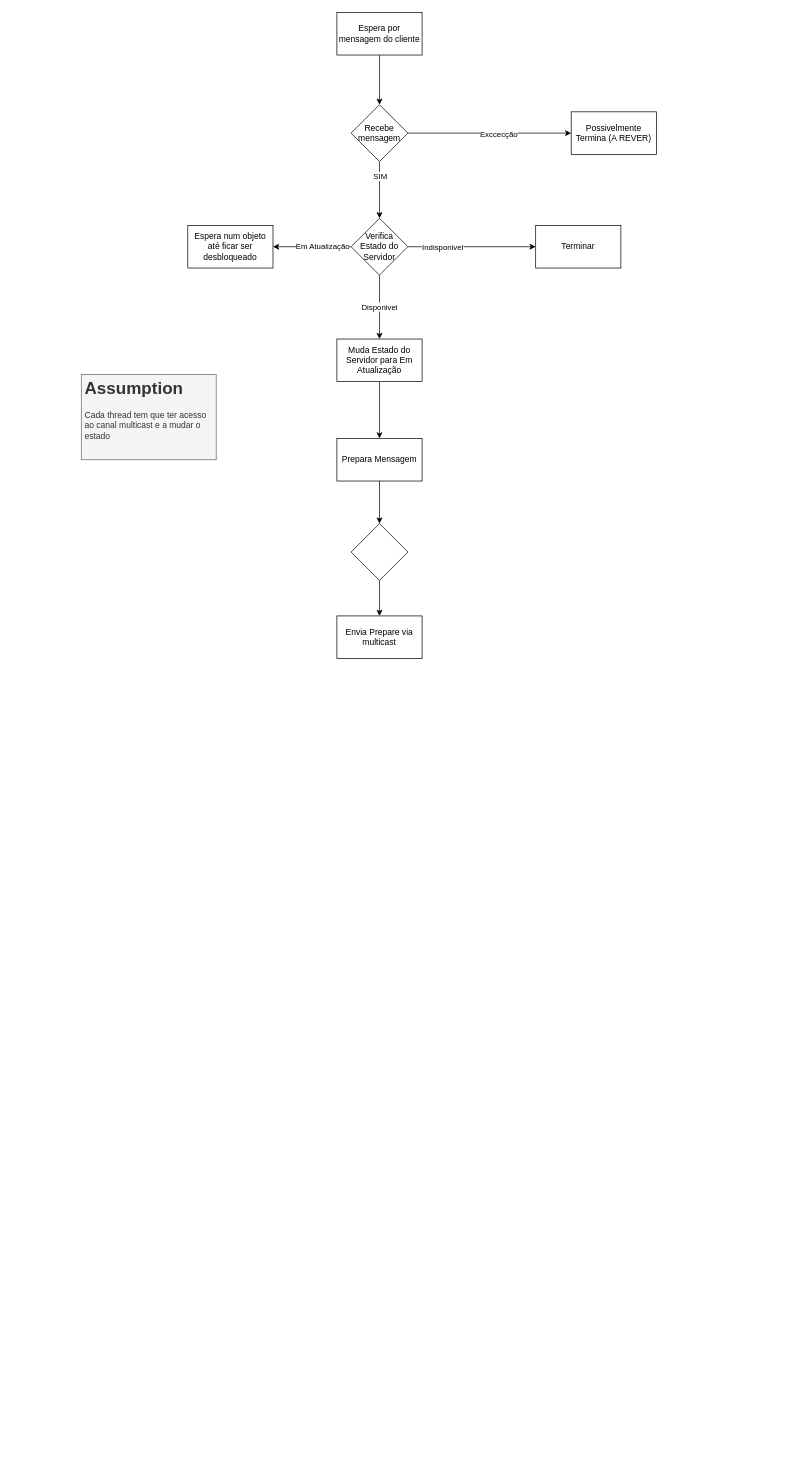
The draw.io diagram page "Thread TCP de Atendimento" (4 of 4) of diagramas/ThreadsServer.drawio in G3n3z/PD-Ticket-System, before the edit. Source tidied: cells renumbered, new cells numbered last; positions are measured from the earlier drawing's top-left corner, leaving out a move shared by most shapes. Both pictures are drawn from the tidied source at 71%, with x=0, y=0 at pixel (81, 12).
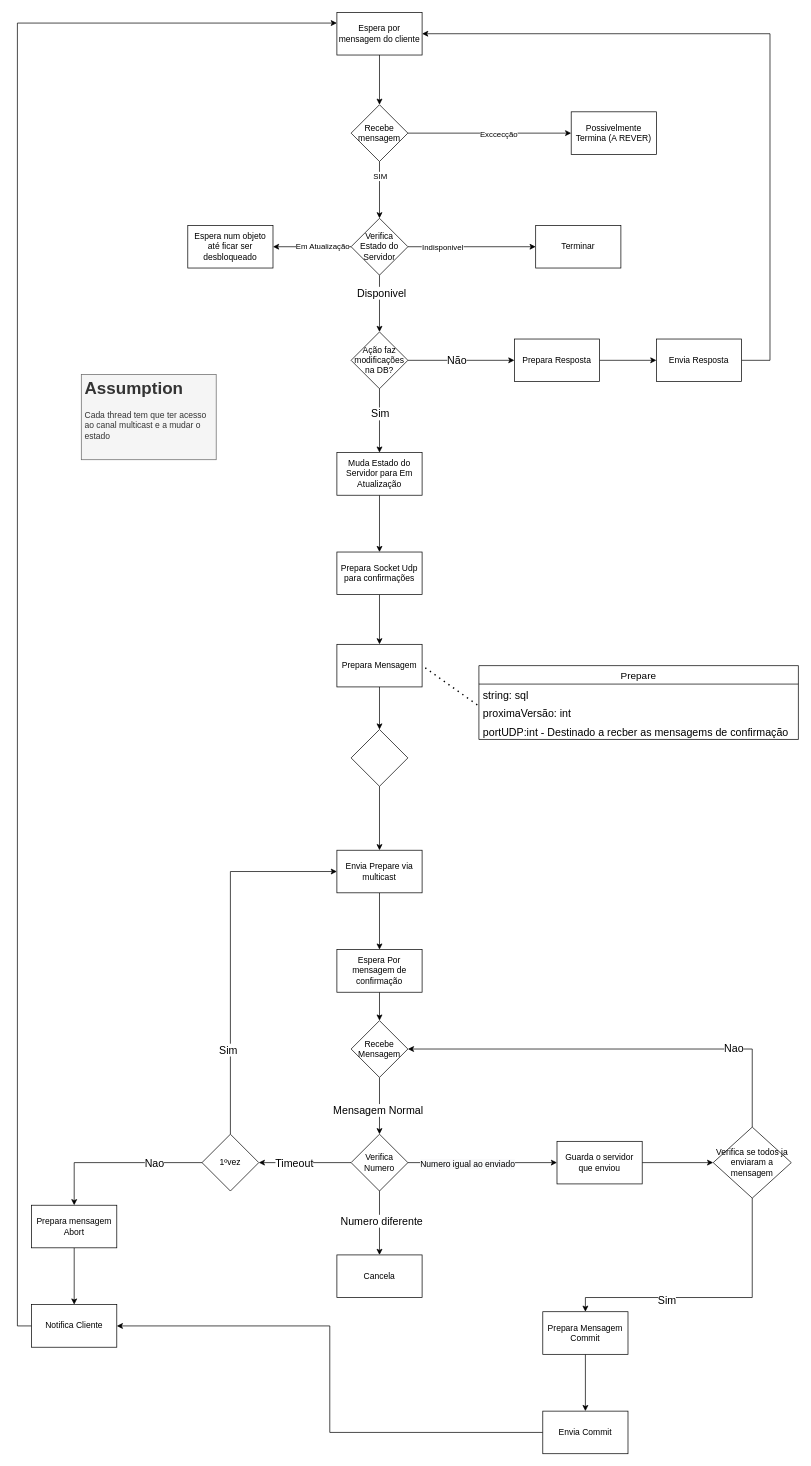
After the change.

Unchanged cells that the change refers to:
```xml
<mxCell id="3" value="Espera por mensagem do cliente" style="rounded=0;whiteSpace=wrap;html=1;" parent="1" vertex="1">
  <mxGeometry x="360" width="120" height="60" as="geometry" />
</mxCell>
<mxCell id="16" value="Verifica Estado do Servidor" style="rhombus;whiteSpace=wrap;html=1;rounded=0;" parent="1" vertex="1">
  <mxGeometry x="380" y="290" width="80" height="80" as="geometry" />
</mxCell>
```

Diff of the diagram source:
```diff
@@
-    <mxCell id="10" style="edgeStyle=orthogonalEdgeStyle;rounded=0;jettySize=auto;html=1;" parent="1" edge="1" source="16" target="18">
-      <mxGeometry relative="1" as="geometry" />
-    </mxCell>
-    <mxCell id="11" value="Disponivel" style="edgeLabel;html=1;align=center;verticalAlign=middle;" parent="10" vertex="1">
-      <mxGeometry x="-0.03" y="-1" relative="1" as="geometry" />
-    </mxCell>
@@
+    <mxCell id="27" style="edgeStyle=orthogonalEdgeStyle;rounded=0;jettySize=auto;html=1;fontSize=15;" parent="1" edge="1" source="16" target="39">
+      <mxGeometry relative="1" as="geometry" />
+    </mxCell>
+    <mxCell id="11" value="Disponivel" style="edgeLabel;html=1;align=center;verticalAlign=middle;fontSize=15;" parent="27" vertex="1">
+      <mxGeometry x="-0.41" y="2" relative="1" as="geometry" />
+    </mxCell>
@@
-    <mxCell id="17" style="edgeStyle=orthogonalEdgeStyle;rounded=0;jettySize=auto;html=1;" parent="1" edge="1" source="18" target="26">
-      <mxGeometry relative="1" as="geometry" />
-    </mxCell>
+    <mxCell id="28" style="edgeStyle=orthogonalEdgeStyle;rounded=0;jettySize=auto;html=1;fontSize=15;" parent="1" edge="1" source="18" target="45">
+      <mxGeometry relative="1" as="geometry" />
+    </mxCell>
     <mxCell id="18" value="Muda Estado do Servidor para Em Atualização" style="whiteSpace=wrap;html=1;rounded=0;" parent="1" vertex="1">
-      <mxGeometry x="360" y="460" width="120" height="60" as="geometry" />
+      <mxGeometry x="360" y="620" width="120" height="60" as="geometry" />
     </mxCell>
@@
+    <mxCell id="29" style="edgeStyle=orthogonalEdgeStyle;rounded=0;jettySize=auto;html=1;fontSize=15;" parent="1" edge="1" source="22" target="47">
+      <mxGeometry relative="1" as="geometry" />
+    </mxCell>
     <mxCell id="22" value="Envia Prepare via multicast" style="whiteSpace=wrap;html=1;rounded=0;" parent="1" vertex="1">
-      <mxGeometry x="360" y="850" width="120" height="60" as="geometry" />
+      <mxGeometry x="360" y="1180" width="120" height="60" as="geometry" />
     </mxCell>
@@
     <mxCell id="24" style="rhombus;whiteSpace=wrap;html=1;rounded=0;" parent="1" vertex="1">
-      <mxGeometry x="380" y="720" width="80" height="80" as="geometry" />
+      <mxGeometry x="380" y="1010" width="80" height="80" as="geometry" />
     </mxCell>
@@
     <mxCell id="26" value="Prepara Mensagem" style="whiteSpace=wrap;html=1;rounded=0;" parent="1" vertex="1">
-      <mxGeometry x="360" y="600" width="120" height="60" as="geometry" />
+      <mxGeometry x="360" y="890" width="120" height="60" as="geometry" />
     </mxCell>
+    <mxCell id="30" value="Prepare" style="swimlane;fontStyle=0;horizontal=1;startSize=26;fillColor=none;fontSize=14;" parent="1" vertex="1">
+      <mxGeometry x="560" y="920" width="450" height="104" as="geometry" />
+    </mxCell>
+    <mxCell id="31" value="string: sql" style="text;strokeColor=none;fillColor=none;align=left;verticalAlign=top;spacingLeft=4;spacingRight=4;overflow=hidden;fontSize=15;" parent="30" vertex="1">
+      <mxGeometry y="26" width="450" height="26" as="geometry" />
+    </mxCell>
+    <mxCell id="32" value="proximaVersão: int" style="text;strokeColor=none;fillColor=none;align=left;verticalAlign=top;spacingLeft=4;spacingRight=4;overflow=hidden;points=[[0,0.5],[1,0.5]];portConstraint=eastwest;fontSize=15;" parent="30" vertex="1">
+      <mxGeometry y="52" width="450" height="26" as="geometry" />
+    </mxCell>
+    <mxCell id="33" value="portUDP:int - Destinado a recber as mensagems de confirmação" style="text;strokeColor=none;fillColor=none;align=left;verticalAlign=top;spacingLeft=4;spacingRight=4;overflow=hidden;fontSize=15;" parent="30" vertex="1">
+      <mxGeometry y="78" width="450" height="26" as="geometry" />
+    </mxCell>
+    <mxCell id="34" style="endArrow=none;dashed=1;html=1;dashPattern=1 3;strokeWidth=2;rounded=0;fontSize=15;entryX=1;entryY=0.5;entryDx=0;entryDy=0;exitX=-0.005;exitY=0.128;exitDx=0;exitDy=0;exitPerimeter=0;" parent="1" edge="1" source="32" target="26">
+      <mxGeometry relative="1" as="geometry" />
+    </mxCell>
+    <mxCell id="35" style="edgeStyle=orthogonalEdgeStyle;rounded=0;jettySize=auto;html=1;fontSize=15;" parent="1" edge="1" source="39" target="18">
+      <mxGeometry relative="1" as="geometry" />
+    </mxCell>
+    <mxCell id="36" value="Sim" style="edgeLabel;html=1;align=center;verticalAlign=middle;fontSize=15;" parent="35" vertex="1">
+      <mxGeometry x="-0.25" relative="1" as="geometry" />
+    </mxCell>
+    <mxCell id="37" style="edgeStyle=orthogonalEdgeStyle;rounded=0;jettySize=auto;html=1;fontSize=15;" parent="1" edge="1" source="39" target="41">
+      <mxGeometry relative="1" as="geometry" />
+    </mxCell>
+    <mxCell id="38" value="Não" style="edgeLabel;html=1;align=center;verticalAlign=middle;fontSize=15;" parent="37" vertex="1">
+      <mxGeometry x="-0.09" y="1" relative="1" as="geometry" />
+    </mxCell>
+    <mxCell id="39" value="Ação faz modificações na DB?" style="rhombus;whiteSpace=wrap;html=1;rounded=0;" parent="1" vertex="1">
+      <mxGeometry x="380" y="450" width="80" height="80" as="geometry" />
+    </mxCell>
+    <mxCell id="40" style="edgeStyle=orthogonalEdgeStyle;rounded=0;jettySize=auto;html=1;fontSize=15;" parent="1" edge="1" source="41" target="43">
+      <mxGeometry relative="1" as="geometry" />
+    </mxCell>
+    <mxCell id="41" value="Prepara Resposta" style="whiteSpace=wrap;html=1;rounded=0;" parent="1" vertex="1">
+      <mxGeometry x="610" y="460" width="120" height="60" as="geometry" />
+    </mxCell>
+    <mxCell id="42" style="edgeStyle=orthogonalEdgeStyle;rounded=0;jettySize=auto;html=1;entryX=1;entryY=0.5;entryDx=0;entryDy=0;fontSize=15;" parent="1" edge="1" source="43" target="3">
+      <mxGeometry relative="1" as="geometry">
+        <Array as="points">
+          <mxPoint x="970" y="490" />
+          <mxPoint x="970" y="30" />
+        </Array>
+      </mxGeometry>
+    </mxCell>
+    <mxCell id="43" value="Envia Resposta" style="whiteSpace=wrap;html=1;rounded=0;" parent="1" vertex="1">
+      <mxGeometry x="810" y="460" width="120" height="60" as="geometry" />
+    </mxCell>
+    <mxCell id="44" style="edgeStyle=orthogonalEdgeStyle;rounded=0;jettySize=auto;html=1;fontSize=15;" parent="1" edge="1" source="45" target="26">
+      <mxGeometry relative="1" as="geometry" />
+    </mxCell>
+    <mxCell id="45" value="Prepara Socket Udp para confirmações" style="whiteSpace=wrap;html=1;rounded=0;" parent="1" vertex="1">
+      <mxGeometry x="360" y="760" width="120" height="60" as="geometry" />
+    </mxCell>
+    <mxCell id="46" style="edgeStyle=orthogonalEdgeStyle;rounded=0;jettySize=auto;html=1;fontSize=15;" parent="1" edge="1" source="47" target="50">
+      <mxGeometry relative="1" as="geometry" />
+    </mxCell>
+    <mxCell id="47" value="Espera Por mensagem de confirmação" style="whiteSpace=wrap;html=1;rounded=0;" parent="1" vertex="1">
+      <mxGeometry x="360" y="1320" width="120" height="60" as="geometry" />
+    </mxCell>
+    <mxCell id="48" style="edgeStyle=orthogonalEdgeStyle;rounded=0;jettySize=auto;html=1;fontSize=15;" parent="1" edge="1" source="50" target="57">
+      <mxGeometry relative="1" as="geometry" />
+    </mxCell>
+    <mxCell id="49" value="Mensagem Normal" style="edgeLabel;html=1;align=center;verticalAlign=middle;fontSize=15;" parent="48" vertex="1">
+      <mxGeometry x="0.13" y="-3" relative="1" as="geometry" />
+    </mxCell>
+    <mxCell id="50" value="Recebe Mensagem" style="rhombus;whiteSpace=wrap;html=1;rounded=0;" parent="1" vertex="1">
+      <mxGeometry x="380" y="1420" width="80" height="80" as="geometry" />
+    </mxCell>
+    <mxCell id="51" style="edgeStyle=orthogonalEdgeStyle;rounded=0;jettySize=auto;html=1;fontSize=15;" parent="1" edge="1" source="57" target="59">
+      <mxGeometry relative="1" as="geometry" />
+    </mxCell>
+    <mxCell id="52" value="&lt;span style=&quot;font-size: 12px; background-color: rgb(248, 249, 250);&quot;&gt;Numero igual ao enviado&lt;/span&gt;" style="edgeLabel;html=1;align=center;verticalAlign=middle;fontSize=15;" parent="51" vertex="1">
+      <mxGeometry x="-0.21" relative="1" as="geometry" />
+    </mxCell>
+    <mxCell id="53" style="edgeStyle=orthogonalEdgeStyle;rounded=0;jettySize=auto;html=1;fontSize=15;" parent="1" edge="1" source="57" target="65">
+      <mxGeometry relative="1" as="geometry" />
+    </mxCell>
+    <mxCell id="54" value="Numero diferente" style="edgeLabel;html=1;align=center;verticalAlign=middle;fontSize=15;" parent="53" vertex="1">
+      <mxGeometry x="-0.1" y="2" relative="1" as="geometry" />
+    </mxCell>
+    <mxCell id="55" style="edgeStyle=orthogonalEdgeStyle;rounded=0;jettySize=auto;html=1;fontSize=15;" parent="1" edge="1" source="57" target="70">
+      <mxGeometry relative="1" as="geometry" />
+    </mxCell>
+    <mxCell id="56" value="Timeout" style="edgeLabel;html=1;align=center;verticalAlign=middle;fontSize=15;" parent="55" vertex="1">
+      <mxGeometry x="0.25" relative="1" as="geometry" />
+    </mxCell>
+    <mxCell id="57" value="Verifica Numero" style="rhombus;whiteSpace=wrap;html=1;rounded=0;" parent="1" vertex="1">
+      <mxGeometry x="380" y="1580" width="80" height="80" as="geometry" />
+    </mxCell>
+    <mxCell id="58" style="edgeStyle=orthogonalEdgeStyle;rounded=0;jettySize=auto;html=1;fontSize=15;" parent="1" edge="1" source="59" target="64">
+      <mxGeometry relative="1" as="geometry" />
+    </mxCell>
+    <mxCell id="59" value="Guarda o servidor que enviou" style="whiteSpace=wrap;html=1;rounded=0;" parent="1" vertex="1">
+      <mxGeometry x="670" y="1590" width="120" height="60" as="geometry" />
+    </mxCell>
+    <mxCell id="60" style="edgeStyle=orthogonalEdgeStyle;rounded=0;jettySize=auto;html=1;entryX=1;entryY=0.5;entryDx=0;entryDy=0;fontSize=15;" parent="1" edge="1" source="64" target="50">
+      <mxGeometry relative="1" as="geometry">
+        <Array as="points">
+          <mxPoint x="945" y="1460" />
+        </Array>
+      </mxGeometry>
+    </mxCell>
+    <mxCell id="61" value="Nao" style="edgeLabel;html=1;align=center;verticalAlign=middle;fontSize=15;" parent="60" vertex="1">
+      <mxGeometry x="-0.54" y="-2" relative="1" as="geometry" />
+    </mxCell>
+    <mxCell id="62" style="edgeStyle=orthogonalEdgeStyle;rounded=0;jettySize=auto;html=1;fontSize=15;" parent="1" edge="1" source="64" target="76">
+      <mxGeometry relative="1" as="geometry">
+        <Array as="points">
+          <mxPoint x="945" y="1810" />
+        </Array>
+      </mxGeometry>
+    </mxCell>
+    <mxCell id="63" value="Sim" style="edgeLabel;html=1;align=center;verticalAlign=middle;fontSize=15;" parent="62" vertex="1">
+      <mxGeometry x="0.32" y="2" relative="1" as="geometry" />
+    </mxCell>
+    <mxCell id="64" value="Verifica se todos ja enviaram a mensagem" style="rhombus;whiteSpace=wrap;html=1;rounded=0;" parent="1" vertex="1">
+      <mxGeometry x="890" y="1570" width="110" height="100" as="geometry" />
+    </mxCell>
+    <mxCell id="65" value="Cancela" style="whiteSpace=wrap;html=1;rounded=0;" parent="1" vertex="1">
+      <mxGeometry x="360" y="1750" width="120" height="60" as="geometry" />
+    </mxCell>
+    <mxCell id="66" style="edgeStyle=orthogonalEdgeStyle;rounded=0;jettySize=auto;html=1;entryX=0;entryY=0.5;entryDx=0;entryDy=0;fontSize=15;" parent="1" edge="1" source="70" target="22">
+      <mxGeometry relative="1" as="geometry">
+        <Array as="points">
+          <mxPoint x="210" y="1210" />
+        </Array>
+      </mxGeometry>
+    </mxCell>
+    <mxCell id="67" value="Sim" style="edgeLabel;html=1;align=center;verticalAlign=middle;fontSize=15;" parent="66" vertex="1">
+      <mxGeometry x="-0.54" y="4" relative="1" as="geometry" />
+    </mxCell>
+    <mxCell id="68" style="edgeStyle=orthogonalEdgeStyle;rounded=0;jettySize=auto;html=1;fontSize=15;" parent="1" edge="1" source="70" target="72">
+      <mxGeometry relative="1" as="geometry" />
+    </mxCell>
+    <mxCell id="69" value="Nao" style="edgeLabel;html=1;align=center;verticalAlign=middle;fontSize=15;" parent="68" vertex="1">
+      <mxGeometry x="-0.43" y="-1" relative="1" as="geometry" />
+    </mxCell>
+    <mxCell id="70" value="1ºvez" style="rhombus;whiteSpace=wrap;html=1;rounded=0;" parent="1" vertex="1">
+      <mxGeometry x="170" y="1580" width="80" height="80" as="geometry" />
+    </mxCell>
+    <mxCell id="71" style="edgeStyle=orthogonalEdgeStyle;rounded=0;jettySize=auto;html=1;fontSize=15;" parent="1" edge="1" source="72" target="74">
+      <mxGeometry relative="1" as="geometry" />
+    </mxCell>
+    <mxCell id="72" value="Prepara mensagem Abort" style="whiteSpace=wrap;html=1;rounded=0;" parent="1" vertex="1">
+      <mxGeometry x="-70" y="1680" width="120" height="60" as="geometry" />
+    </mxCell>
+    <mxCell id="73" style="edgeStyle=orthogonalEdgeStyle;rounded=0;jettySize=auto;html=1;entryX=0;entryY=0.25;entryDx=0;entryDy=0;fontSize=15;" parent="1" edge="1" source="74" target="3">
+      <mxGeometry relative="1" as="geometry">
+        <Array as="points">
+          <mxPoint x="-90" y="1850" />
+          <mxPoint x="-90" y="15" />
+        </Array>
+      </mxGeometry>
+    </mxCell>
+    <mxCell id="74" value="Notifica Cliente" style="whiteSpace=wrap;html=1;rounded=0;" parent="1" vertex="1">
+      <mxGeometry x="-70" y="1820" width="120" height="60" as="geometry" />
+    </mxCell>
+    <mxCell id="75" style="edgeStyle=orthogonalEdgeStyle;rounded=0;jettySize=auto;html=1;fontSize=15;" parent="1" edge="1" source="76" target="78">
+      <mxGeometry relative="1" as="geometry" />
+    </mxCell>
+    <mxCell id="76" value="Prepara Mensagem Commit" style="whiteSpace=wrap;html=1;rounded=0;" parent="1" vertex="1">
+      <mxGeometry x="650" y="1830" width="120" height="60" as="geometry" />
+    </mxCell>
+    <mxCell id="77" style="edgeStyle=orthogonalEdgeStyle;rounded=0;jettySize=auto;html=1;entryX=1;entryY=0.5;entryDx=0;entryDy=0;fontSize=15;" parent="1" edge="1" source="78" target="74">
+      <mxGeometry relative="1" as="geometry" />
+    </mxCell>
+    <mxCell id="78" value="Envia Commit" style="whiteSpace=wrap;html=1;rounded=0;" parent="1" vertex="1">
+      <mxGeometry x="650" y="1970" width="120" height="60" as="geometry" />
+    </mxCell>
```
